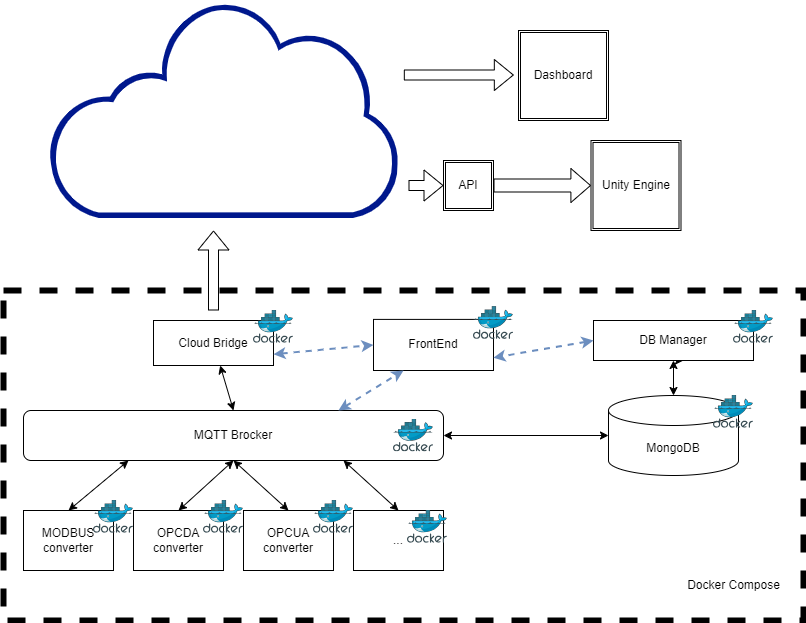
LuisCMoreira/TwinPaca_Community keeps this draw.io diagram as Arch_Design.png. Above is the earlier version. Source tidied: cells renumbered, new cells last; positions are measured from the earlier drawing's top-left corner, leaving out a move shared by most shapes. Its diagram source:
```xml
<mxGraphModel>
  <root>
    <mxCell id="0" />
    <mxCell id="1" parent="0" />
    <mxCell id="2" style="rounded=0;whiteSpace=wrap;html=1;fillColor=none;dashed=1;strokeWidth=6;" parent="1" vertex="1">
      <mxGeometry y="290" width="800" height="330" as="geometry" />
    </mxCell>
    <mxCell id="3" value="OPCDA converter" style="rounded=0;whiteSpace=wrap;html=1;" parent="1" vertex="1">
      <mxGeometry x="130" y="510" width="90" height="60" as="geometry" />
    </mxCell>
    <mxCell id="4" value="MQTT Brocker" style="rounded=1;whiteSpace=wrap;html=1;" parent="1" vertex="1">
      <mxGeometry x="20" y="410" width="420" height="50" as="geometry" />
    </mxCell>
    <mxCell id="5" value="MODBUS converter" style="rounded=0;whiteSpace=wrap;html=1;" parent="1" vertex="1">
      <mxGeometry x="20" y="510" width="90" height="60" as="geometry" />
    </mxCell>
    <mxCell id="6" value="OPCUA converter" style="rounded=0;whiteSpace=wrap;html=1;" parent="1" vertex="1">
      <mxGeometry x="240" y="510" width="90" height="60" as="geometry" />
    </mxCell>
    <mxCell id="7" value="..." style="rounded=0;whiteSpace=wrap;html=1;" parent="1" vertex="1">
      <mxGeometry x="350" y="510" width="90" height="60" as="geometry" />
    </mxCell>
    <mxCell id="8" value="MongoDB" style="shape=cylinder3;whiteSpace=wrap;html=1;boundedLbl=1;backgroundOutline=1;size=15;" parent="1" vertex="1">
      <mxGeometry x="605" y="395" width="130" height="80" as="geometry" />
    </mxCell>
    <mxCell id="9" value="Cloud Bridge" style="rounded=0;whiteSpace=wrap;html=1;" parent="1" vertex="1">
      <mxGeometry x="150" y="320" width="120" height="45" as="geometry" />
    </mxCell>
    <mxCell id="10" style="edgeStyle=orthogonalEdgeStyle;rounded=0;jettySize=auto;html=1;exitX=0.5;exitY=1;exitDx=0;exitDy=0;" parent="1" edge="1" source="11">
      <mxGeometry relative="1" as="geometry">
        <mxPoint x="680" y="360" as="targetPoint" />
      </mxGeometry>
    </mxCell>
    <mxCell id="11" value="DB Manager" style="rounded=0;whiteSpace=wrap;html=1;" parent="1" vertex="1">
      <mxGeometry x="590" y="320" width="160" height="40" as="geometry" />
    </mxCell>
    <mxCell id="12" style="image;sketch=0;html=1;align=center;fontSize=12;image=img/lib/mscae/Docker.svg;" parent="1" vertex="1">
      <mxGeometry x="200" y="500" width="40" height="32.8" as="geometry" />
    </mxCell>
    <mxCell id="13" style="image;sketch=0;html=1;align=center;fontSize=12;image=img/lib/mscae/Docker.svg;" parent="1" vertex="1">
      <mxGeometry x="390" y="418.6" width="40" height="32.8" as="geometry" />
    </mxCell>
    <mxCell id="14" style="image;sketch=0;html=1;align=center;fontSize=12;image=img/lib/mscae/Docker.svg;" parent="1" vertex="1">
      <mxGeometry x="404" y="510" width="40" height="32.8" as="geometry" />
    </mxCell>
    <mxCell id="15" style="image;sketch=0;html=1;align=center;fontSize=12;image=img/lib/mscae/Docker.svg;" parent="1" vertex="1">
      <mxGeometry x="310" y="500" width="40" height="32.8" as="geometry" />
    </mxCell>
    <mxCell id="16" style="image;sketch=0;html=1;align=center;fontSize=12;image=img/lib/mscae/Docker.svg;" parent="1" vertex="1">
      <mxGeometry x="90" y="500" width="40" height="32.8" as="geometry" />
    </mxCell>
    <mxCell id="17" style="image;sketch=0;html=1;align=center;fontSize=12;image=img/lib/mscae/Docker.svg;" parent="1" vertex="1">
      <mxGeometry x="250" y="310" width="40" height="32.8" as="geometry" />
    </mxCell>
    <mxCell id="18" style="image;sketch=0;html=1;align=center;fontSize=12;image=img/lib/mscae/Docker.svg;" parent="1" vertex="1">
      <mxGeometry x="710" y="395" width="40" height="32.8" as="geometry" />
    </mxCell>
    <mxCell id="19" style="image;sketch=0;html=1;align=center;fontSize=12;image=img/lib/mscae/Docker.svg;" parent="1" vertex="1">
      <mxGeometry x="730" y="310" width="40" height="32.8" as="geometry" />
    </mxCell>
    <mxCell id="20" style="sketch=0;shadow=0;dashed=0;html=1;strokeColor=none;labelPosition=center;verticalLabelPosition=bottom;verticalAlign=top;align=center;fillColor=#00188D;shape=mxgraph.mscae.enterprise.internet_hollow;" parent="1" vertex="1">
      <mxGeometry x="44.7" width="350.6" height="217.4" as="geometry" />
    </mxCell>
    <mxCell id="21" value="FrontEnd" style="rounded=0;whiteSpace=wrap;html=1;" parent="1" vertex="1">
      <mxGeometry x="370" y="318.9" width="120" height="51.1" as="geometry" />
    </mxCell>
    <mxCell id="22" style="image;sketch=0;html=1;align=center;fontSize=12;image=img/lib/mscae/Docker.svg;" parent="1" vertex="1">
      <mxGeometry x="470" y="306.1" width="40" height="32.8" as="geometry" />
    </mxCell>
    <mxCell id="23" value="Dashboard" style="shape=ext;double=1;whiteSpace=wrap;html=1;" parent="1" vertex="1">
      <mxGeometry x="515" y="30" width="90" height="90" as="geometry" />
    </mxCell>
    <mxCell id="24" value="Unity Engine" style="shape=ext;double=1;whiteSpace=wrap;html=1;" parent="1" vertex="1">
      <mxGeometry x="587.5" y="140" width="90" height="90" as="geometry" />
    </mxCell>
    <mxCell id="25" style="shape=flexArrow;endArrow=classic;html=1;rounded=0;entryX=0;entryY=0.5;entryDx=0;entryDy=0;" parent="1" edge="1" target="39">
      <mxGeometry relative="1" as="geometry">
        <mxPoint x="405" y="185" as="sourcePoint" />
      </mxGeometry>
    </mxCell>
    <mxCell id="26" style="shape=flexArrow;endArrow=classic;html=1;rounded=0;entryX=0;entryY=0.5;entryDx=0;entryDy=0;" parent="1" edge="1">
      <mxGeometry relative="1" as="geometry">
        <mxPoint x="400.3" y="74.5" as="sourcePoint" />
        <mxPoint x="510.3" y="74.5" as="targetPoint" />
      </mxGeometry>
    </mxCell>
    <mxCell id="27" style="endArrow=classic;startArrow=classic;html=1;rounded=0;exitX=0.5;exitY=0;exitDx=0;exitDy=0;" parent="1" edge="1" source="7">
      <mxGeometry relative="1" as="geometry">
        <mxPoint x="340" y="460" as="targetPoint" />
      </mxGeometry>
    </mxCell>
    <mxCell id="28" style="endArrow=classic;startArrow=classic;html=1;rounded=0;exitX=0.5;exitY=0;exitDx=0;exitDy=0;entryX=0.5;entryY=1;entryDx=0;entryDy=0;" parent="1" edge="1" source="3" target="4">
      <mxGeometry relative="1" as="geometry" />
    </mxCell>
    <mxCell id="29" style="endArrow=classic;startArrow=classic;html=1;rounded=0;exitX=0.5;exitY=0;exitDx=0;exitDy=0;entryX=0.5;entryY=1;entryDx=0;entryDy=0;" parent="1" edge="1" source="6" target="4">
      <mxGeometry relative="1" as="geometry" />
    </mxCell>
    <mxCell id="30" style="endArrow=classic;startArrow=classic;html=1;rounded=0;exitX=0.5;exitY=0;exitDx=0;exitDy=0;entryX=0.25;entryY=1;entryDx=0;entryDy=0;" parent="1" edge="1" source="5" target="4">
      <mxGeometry relative="1" as="geometry" />
    </mxCell>
    <mxCell id="31" style="endArrow=classic;startArrow=classic;html=1;rounded=0;entryX=0.5;entryY=0;entryDx=0;entryDy=0;" parent="1" edge="1" source="9" target="4">
      <mxGeometry relative="1" as="geometry" />
    </mxCell>
    <mxCell id="32" style="endArrow=classic;startArrow=classic;html=1;rounded=0;entryX=0.25;entryY=1;entryDx=0;entryDy=0;exitX=0.75;exitY=0;exitDx=0;exitDy=0;dashed=1;strokeWidth=2;fillColor=#dae8fc;strokeColor=#6c8ebf;" parent="1" edge="1" source="4" target="21">
      <mxGeometry relative="1" as="geometry" />
    </mxCell>
    <mxCell id="33" style="endArrow=classic;startArrow=classic;html=1;rounded=0;exitX=1;exitY=0.75;exitDx=0;exitDy=0;entryX=0;entryY=0.5;entryDx=0;entryDy=0;dashed=1;strokeWidth=2;fillColor=#dae8fc;strokeColor=#6c8ebf;" parent="1" edge="1" source="9" target="21">
      <mxGeometry relative="1" as="geometry" />
    </mxCell>
    <mxCell id="34" style="endArrow=classic;startArrow=classic;html=1;rounded=0;exitX=0;exitY=0.5;exitDx=0;exitDy=0;entryX=1;entryY=0.75;entryDx=0;entryDy=0;dashed=1;strokeWidth=2;fillColor=#dae8fc;strokeColor=#6c8ebf;" parent="1" edge="1" source="11" target="21">
      <mxGeometry relative="1" as="geometry" />
    </mxCell>
    <mxCell id="35" style="endArrow=classic;startArrow=classic;html=1;rounded=0;entryX=1;entryY=0.5;entryDx=0;entryDy=0;exitX=0;exitY=0.5;exitDx=0;exitDy=0;exitPerimeter=0;" parent="1" edge="1" source="8" target="4">
      <mxGeometry relative="1" as="geometry" />
    </mxCell>
    <mxCell id="36" style="endArrow=classic;startArrow=classic;html=1;rounded=0;exitX=0.5;exitY=0;exitDx=0;exitDy=0;entryX=0.5;entryY=1;entryDx=0;entryDy=0;exitPerimeter=0;" parent="1" edge="1" source="8" target="11">
      <mxGeometry relative="1" as="geometry" />
    </mxCell>
    <mxCell id="37" style="shape=flexArrow;endArrow=classic;html=1;rounded=0;" parent="1" edge="1">
      <mxGeometry relative="1" as="geometry">
        <mxPoint x="210" y="310" as="sourcePoint" />
        <mxPoint x="210" y="230" as="targetPoint" />
      </mxGeometry>
    </mxCell>
    <mxCell id="38" value="Docker Compose" style="text;html=1;strokeColor=none;fillColor=none;align=center;verticalAlign=middle;whiteSpace=wrap;rounded=0;" parent="1" vertex="1">
      <mxGeometry x="677.5" y="570" width="105" height="30" as="geometry" />
    </mxCell>
    <mxCell id="39" value="API" style="shape=ext;double=1;whiteSpace=wrap;html=1;" parent="1" vertex="1">
      <mxGeometry x="440" y="160" width="50" height="50" as="geometry" />
    </mxCell>
    <mxCell id="40" style="shape=flexArrow;endArrow=classic;html=1;rounded=0;entryX=0;entryY=0.5;entryDx=0;entryDy=0;width=13;endSize=6.2;exitX=1;exitY=0.5;exitDx=0;exitDy=0;" parent="1" edge="1" source="39" target="24">
      <mxGeometry relative="1" as="geometry" />
    </mxCell>
  </root>
</mxGraphModel>
```
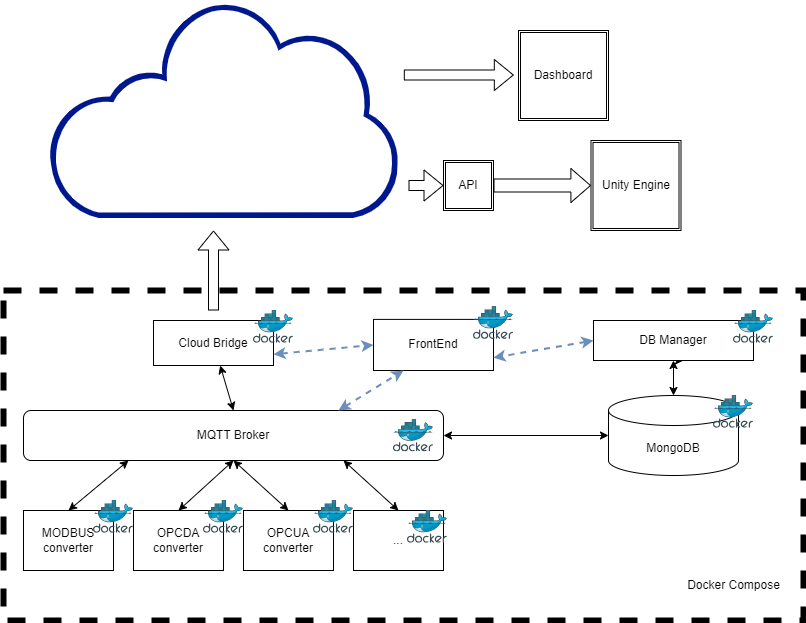
The same diagram one commit later.

Change to the diagram source:
```diff
@@ -8,7 +8,7 @@
     <mxCell id="3" value="OPCDA converter" style="rounded=0;whiteSpace=wrap;html=1;" parent="1" vertex="1">
       <mxGeometry x="130" y="510" width="90" height="60" as="geometry" />
     </mxCell>
-    <mxCell id="4" value="MQTT Brocker" style="rounded=1;whiteSpace=wrap;html=1;" parent="1" vertex="1">
+    <mxCell id="4" value="MQTT Broker" style="rounded=1;whiteSpace=wrap;html=1;" parent="1" vertex="1">
       <mxGeometry x="20" y="410" width="420" height="50" as="geometry" />
     </mxCell>
     <mxCell id="5" value="MODBUS converter" style="rounded=0;whiteSpace=wrap;html=1;" parent="1" vertex="1">
```
